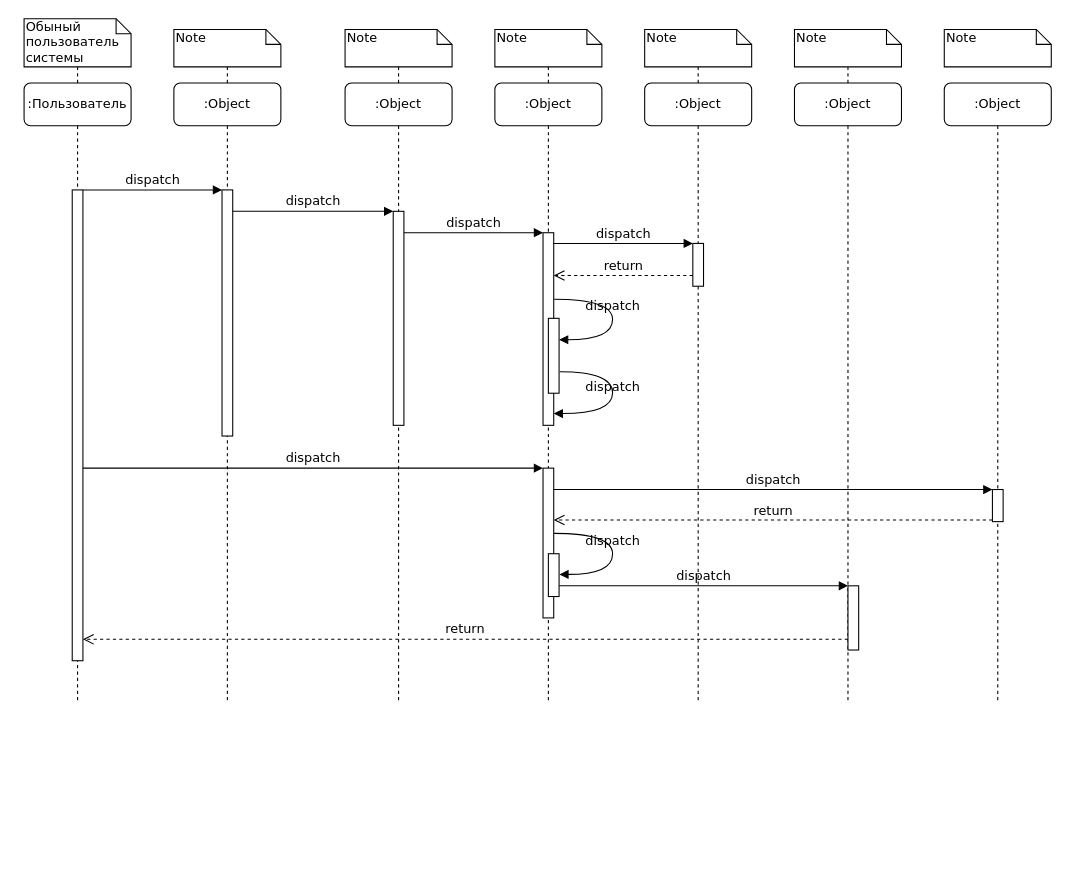
This is sequence_1.drawio from randomunrandom/MSS, a draw.io file, before an edit. Source tidied: cells renumbered, new cells numbered last; positions are measured from the earlier drawing's top-left corner, leaving out a move shared by most shapes. Both pictures are drawn from the tidied source at 107%, with x=0, y=0 at pixel (24, 18).
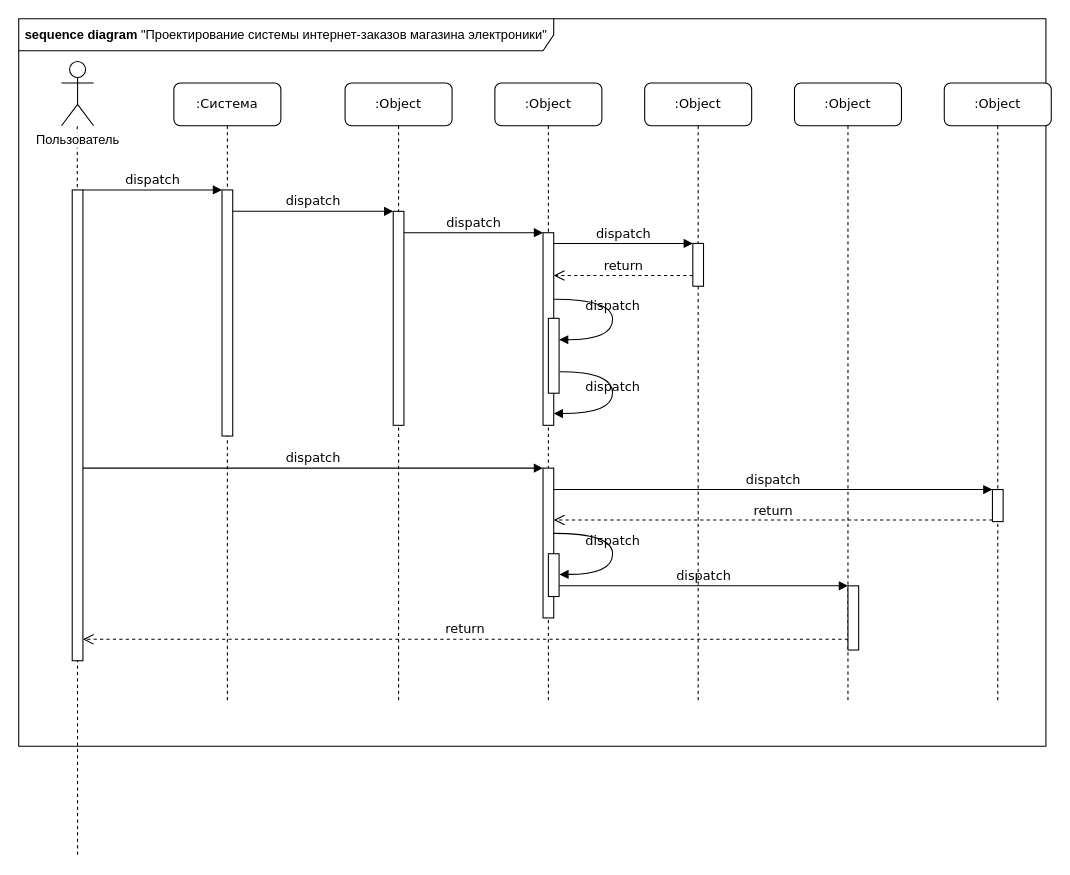
The same page after the edit.

Unchanged cells that the change refers to:
```xml
<mxCell id="4" value=":Object" style="shape=umlLifeline;perimeter=lifelinePerimeter;whiteSpace=wrap;html=1;outlineConnect=0;rounded=1;shadow=0;comic=0;labelBackgroundColor=none;strokeWidth=1;fontFamily=Verdana;fontSize=12;align=center;" parent="1" vertex="1">
  <mxGeometry x="300" y="60" width="100" height="580" as="geometry" />
</mxCell>
<mxCell id="6" value=":Object" style="shape=umlLifeline;perimeter=lifelinePerimeter;whiteSpace=wrap;html=1;outlineConnect=0;rounded=1;shadow=0;comic=0;labelBackgroundColor=none;strokeWidth=1;fontFamily=Verdana;fontSize=12;align=center;" parent="1" vertex="1">
  <mxGeometry x="440" y="60" width="100" height="580" as="geometry" />
</mxCell>
<mxCell id="7" value=":Object" style="shape=umlLifeline;perimeter=lifelinePerimeter;whiteSpace=wrap;html=1;outlineConnect=0;rounded=1;shadow=0;comic=0;labelBackgroundColor=none;strokeWidth=1;fontFamily=Verdana;fontSize=12;align=center;" parent="1" vertex="1">
  <mxGeometry x="580" y="60" width="100" height="580" as="geometry" />
</mxCell>
<mxCell id="8" value=":Object" style="shape=umlLifeline;perimeter=lifelinePerimeter;whiteSpace=wrap;html=1;outlineConnect=0;rounded=1;shadow=0;comic=0;labelBackgroundColor=none;strokeWidth=1;fontFamily=Verdana;fontSize=12;align=center;" parent="1" vertex="1">
  <mxGeometry x="720" y="60" width="100" height="580" as="geometry" />
</mxCell>
```

Change to the diagram source:
```diff
@@
+    <mxCell id="45" value="&lt;b&gt;sequence diagram&lt;/b&gt;&amp;nbsp;&quot;Проектирование системы интернет-заказов магазина электроники&quot;" style="shape=umlFrame;whiteSpace=wrap;html=1;width=500;height=30;" parent="1" vertex="1">
+      <mxGeometry x="-5" width="960" height="680" as="geometry" />
+    </mxCell>
+    <mxCell id="46" style="endArrow=none;dashed=1;html=1;strokeColor=#000000;" parent="1" edge="1">
+      <mxGeometry relative="1" as="geometry">
+        <mxPoint x="50" y="781.4" as="sourcePoint" />
+        <mxPoint x="49.7" y="100" as="targetPoint" />
+      </mxGeometry>
+    </mxCell>
-    <mxCell id="2" value=":Object" style="shape=umlLifeline;perimeter=lifelinePerimeter;whiteSpace=wrap;html=1;outlineConnect=0;rounded=1;shadow=0;comic=0;labelBackgroundColor=none;strokeWidth=1;fontFamily=Verdana;fontSize=12;align=center;" parent="1" vertex="1">
+    <mxCell id="2" value=":Система" style="shape=umlLifeline;perimeter=lifelinePerimeter;whiteSpace=wrap;html=1;outlineConnect=0;rounded=1;shadow=0;comic=0;labelBackgroundColor=none;strokeWidth=1;fontFamily=Verdana;fontSize=12;align=center;" parent="1" vertex="1">
       <mxGeometry x="140" y="60" width="100" height="580" as="geometry" />
     </mxCell>
@@
-    <mxCell id="10" value=":Пользователь" style="shape=umlLifeline;perimeter=lifelinePerimeter;whiteSpace=wrap;html=1;outlineConnect=0;rounded=1;shadow=0;comic=0;labelBackgroundColor=none;strokeWidth=1;fontFamily=Verdana;fontSize=12;align=center;" parent="1" vertex="1">
-      <mxGeometry y="60" width="100" height="580" as="geometry" />
-    </mxCell>
-    <mxCell id="11" style="html=1;points=[];perimeter=orthogonalPerimeter;rounded=0;shadow=0;comic=0;labelBackgroundColor=none;strokeWidth=1;fontFamily=Verdana;fontSize=12;align=center;" parent="10" vertex="1">
-      <mxGeometry x="45" y="100" width="10" height="440" as="geometry" />
-    </mxCell>
@@
-    <mxCell id="32" style="edgeStyle=orthogonalEdgeStyle;rounded=0;jettySize=auto;html=1;exitX=0.5;exitY=1;exitDx=0;exitDy=0;exitPerimeter=0;entryX=0.5;entryY=0;entryDx=0;entryDy=0;entryPerimeter=0;strokeColor=#000000;endArrow=none;endFill=0;dashed=1;" parent="1" edge="1" source="33" target="10">
-      <mxGeometry relative="1" as="geometry" />
+    <mxCell id="32" style="edgeStyle=orthogonalEdgeStyle;rounded=0;jettySize=auto;html=1;exitX=0.5;exitY=0;exitDx=0;exitDy=0;exitPerimeter=0;entryX=0.5;entryY=0;entryDx=0;entryDy=0;entryPerimeter=0;strokeColor=#000000;endArrow=none;endFill=0;dashed=1;" parent="1" edge="1" source="47">
+      <mxGeometry relative="1" as="geometry">
+        <mxPoint x="50" y="60" as="targetPoint" />
+      </mxGeometry>
     </mxCell>
-    <mxCell id="33" value="Обыный пользователь системы" style="shape=note;whiteSpace=wrap;html=1;size=14;verticalAlign=top;align=left;spacingTop=-6;rounded=0;shadow=0;comic=0;labelBackgroundColor=none;strokeWidth=1;fontFamily=Verdana;fontSize=12;" parent="1" vertex="1">
-      <mxGeometry width="100" height="45" as="geometry" />
-    </mxCell>
-    <mxCell id="34" style="edgeStyle=orthogonalEdgeStyle;rounded=0;jettySize=auto;html=1;exitX=0.5;exitY=1;exitDx=0;exitDy=0;exitPerimeter=0;dashed=1;endArrow=none;endFill=0;strokeColor=#000000;entryX=0.5;entryY=0;entryDx=0;entryDy=0;entryPerimeter=0;" parent="1" edge="1" source="35" target="2">
-      <mxGeometry relative="1" as="geometry" />
-    </mxCell>
-    <mxCell id="35" value="Note" style="shape=note;whiteSpace=wrap;html=1;size=14;verticalAlign=top;align=left;spacingTop=-6;rounded=0;shadow=0;comic=0;labelBackgroundColor=none;strokeWidth=1;fontFamily=Verdana;fontSize=12;" parent="1" vertex="1">
-      <mxGeometry x="140" y="10" width="100" height="35" as="geometry" />
-    </mxCell>
-    <mxCell id="36" style="edgeStyle=orthogonalEdgeStyle;rounded=0;jettySize=auto;html=1;exitX=0.5;exitY=1;exitDx=0;exitDy=0;exitPerimeter=0;dashed=1;endArrow=none;endFill=0;strokeColor=#000000;entryX=0.5;entryY=0;entryDx=0;entryDy=0;entryPerimeter=0;" parent="1" edge="1" source="37" target="4">
-      <mxGeometry relative="1" as="geometry" />
-    </mxCell>
-    <mxCell id="37" value="Note" style="shape=note;whiteSpace=wrap;html=1;size=14;verticalAlign=top;align=left;spacingTop=-6;rounded=0;shadow=0;comic=0;labelBackgroundColor=none;strokeWidth=1;fontFamily=Verdana;fontSize=12;" parent="1" vertex="1">
-      <mxGeometry x="300" y="10" width="100" height="35" as="geometry" />
-    </mxCell>
-    <mxCell id="38" style="edgeStyle=orthogonalEdgeStyle;rounded=0;jettySize=auto;html=1;exitX=0.5;exitY=1;exitDx=0;exitDy=0;exitPerimeter=0;dashed=1;endArrow=none;endFill=0;strokeColor=#000000;entryX=0.5;entryY=0;entryDx=0;entryDy=0;entryPerimeter=0;" parent="1" edge="1" source="39" target="6">
-      <mxGeometry relative="1" as="geometry" />
-    </mxCell>
-    <mxCell id="39" value="Note" style="shape=note;whiteSpace=wrap;html=1;size=14;verticalAlign=top;align=left;spacingTop=-6;rounded=0;shadow=0;comic=0;labelBackgroundColor=none;strokeWidth=1;fontFamily=Verdana;fontSize=12;" parent="1" vertex="1">
-      <mxGeometry x="440" y="10" width="100" height="35" as="geometry" />
-    </mxCell>
-    <mxCell id="40" style="edgeStyle=orthogonalEdgeStyle;rounded=0;jettySize=auto;html=1;exitX=0.5;exitY=1;exitDx=0;exitDy=0;exitPerimeter=0;dashed=1;endArrow=none;endFill=0;strokeColor=#000000;entryX=0.5;entryY=0;entryDx=0;entryDy=0;entryPerimeter=0;" parent="1" edge="1" source="41" target="7">
-      <mxGeometry relative="1" as="geometry" />
-    </mxCell>
-    <mxCell id="41" value="Note" style="shape=note;whiteSpace=wrap;html=1;size=14;verticalAlign=top;align=left;spacingTop=-6;rounded=0;shadow=0;comic=0;labelBackgroundColor=none;strokeWidth=1;fontFamily=Verdana;fontSize=12;" parent="1" vertex="1">
-      <mxGeometry x="580" y="10" width="100" height="35" as="geometry" />
-    </mxCell>
-    <mxCell id="42" style="edgeStyle=orthogonalEdgeStyle;rounded=0;jettySize=auto;html=1;exitX=0.5;exitY=1;exitDx=0;exitDy=0;exitPerimeter=0;dashed=1;endArrow=none;endFill=0;strokeColor=#000000;entryX=0.5;entryY=0;entryDx=0;entryDy=0;entryPerimeter=0;" parent="1" edge="1" source="43" target="8">
-      <mxGeometry relative="1" as="geometry" />
-    </mxCell>
-    <mxCell id="43" value="Note" style="shape=note;whiteSpace=wrap;html=1;size=14;verticalAlign=top;align=left;spacingTop=-6;rounded=0;shadow=0;comic=0;labelBackgroundColor=none;strokeWidth=1;fontFamily=Verdana;fontSize=12;" parent="1" vertex="1">
-      <mxGeometry x="720" y="10" width="100" height="35" as="geometry" />
-    </mxCell>
-    <mxCell id="44" value="Note" style="shape=note;whiteSpace=wrap;html=1;size=14;verticalAlign=top;align=left;spacingTop=-6;rounded=0;shadow=0;comic=0;labelBackgroundColor=none;strokeWidth=1;fontFamily=Verdana;fontSize=12;" parent="1" vertex="1">
-      <mxGeometry x="860" y="10" width="100" height="35" as="geometry" />
-    </mxCell>
+    <mxCell id="11" style="html=1;points=[];perimeter=orthogonalPerimeter;rounded=0;shadow=0;comic=0;labelBackgroundColor=none;strokeWidth=1;fontFamily=Verdana;fontSize=12;align=center;" parent="1" vertex="1">
+      <mxGeometry x="45" y="160" width="10" height="440" as="geometry" />
+    </mxCell>
+    <mxCell id="47" value="Пользователь" style="shape=umlActor;verticalLabelPosition=bottom;labelBackgroundColor=#ffffff;verticalAlign=top;html=1;outlineConnect=0;" parent="1" vertex="1">
+      <mxGeometry x="35" y="40" width="30" height="60" as="geometry" />
+    </mxCell>
```
